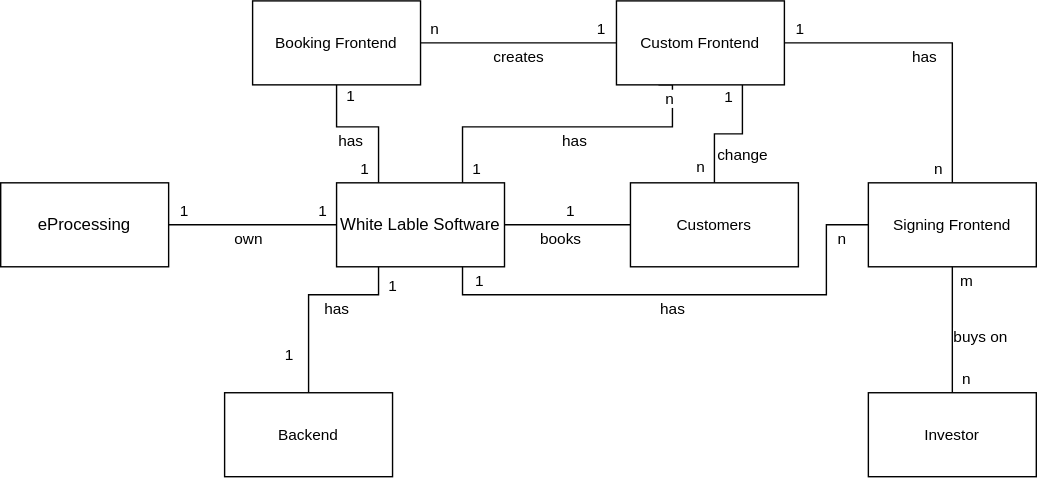
Above: artifacts/Domain_Model_eProcessing.svg in luca-engels-eprocessing/OneFolio (draw.io), before the change. Source tidied: cells renumbered, new cells last; positions are measured from the earlier drawing's top-left corner, leaving out a move shared by most shapes.
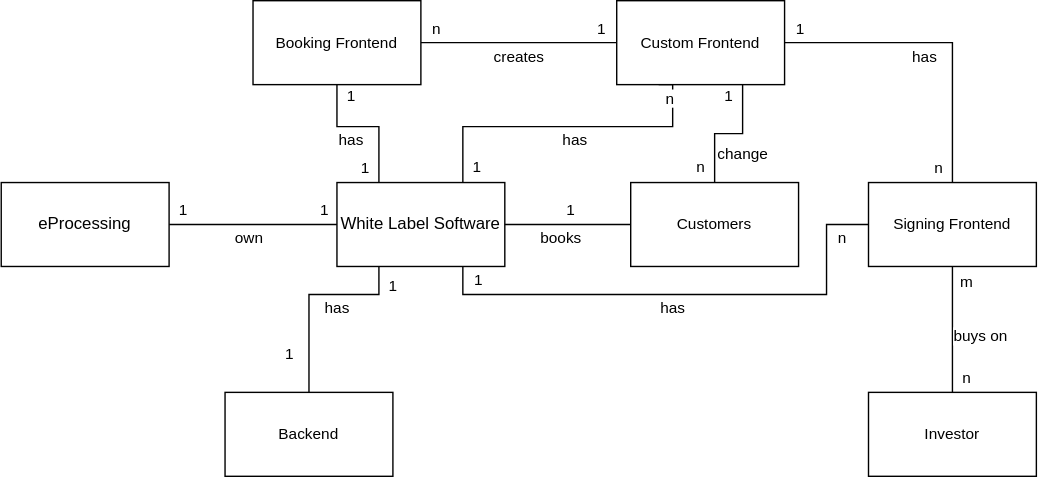
Later version of the same file.

Change to the diagram source:
```diff
@@ -59,7 +59,7 @@
         <mxPoint x="-12" y="-7" as="offset" />
       </mxGeometry>
     </mxCell>
-    <mxCell id="13" value="White Lable Software" style="html=1;whiteSpace=wrap;" parent="1" vertex="1">
+    <mxCell id="13" value="White Label Software" style="html=1;whiteSpace=wrap;" parent="1" vertex="1">
       <mxGeometry x="240" y="130" width="120" height="60" as="geometry" />
     </mxCell>
     <mxCell id="14" value="Backend" style="html=1;whiteSpace=wrap;fontFamily=Helvetica;fontSize=11;fontColor=default;labelBackgroundColor=default;" parent="1" vertex="1">
```
